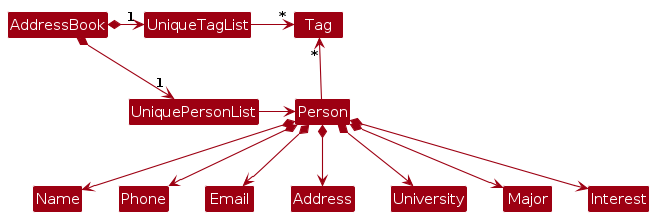
AY2425S1-CS2103T-T17-1/tp keeps this PlantUML diagram as diagrams/BetterModelClassDiagram.png. Above is the earlier version. Its source is kept beside it as diagrams/BetterModelClassDiagram.puml.
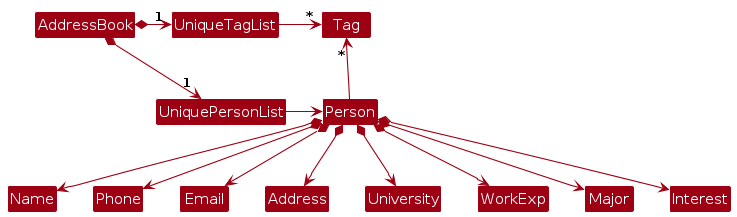
The same diagram one commit later.

What changed in the source:
```diff
@@ -19,6 +19,7 @@
 Person *--> Email
 Person *--> Address
 Person *--> University
+Person *--> WorkExp
 Person *--> Major
 Person *--> Interest
 @enduml
```
